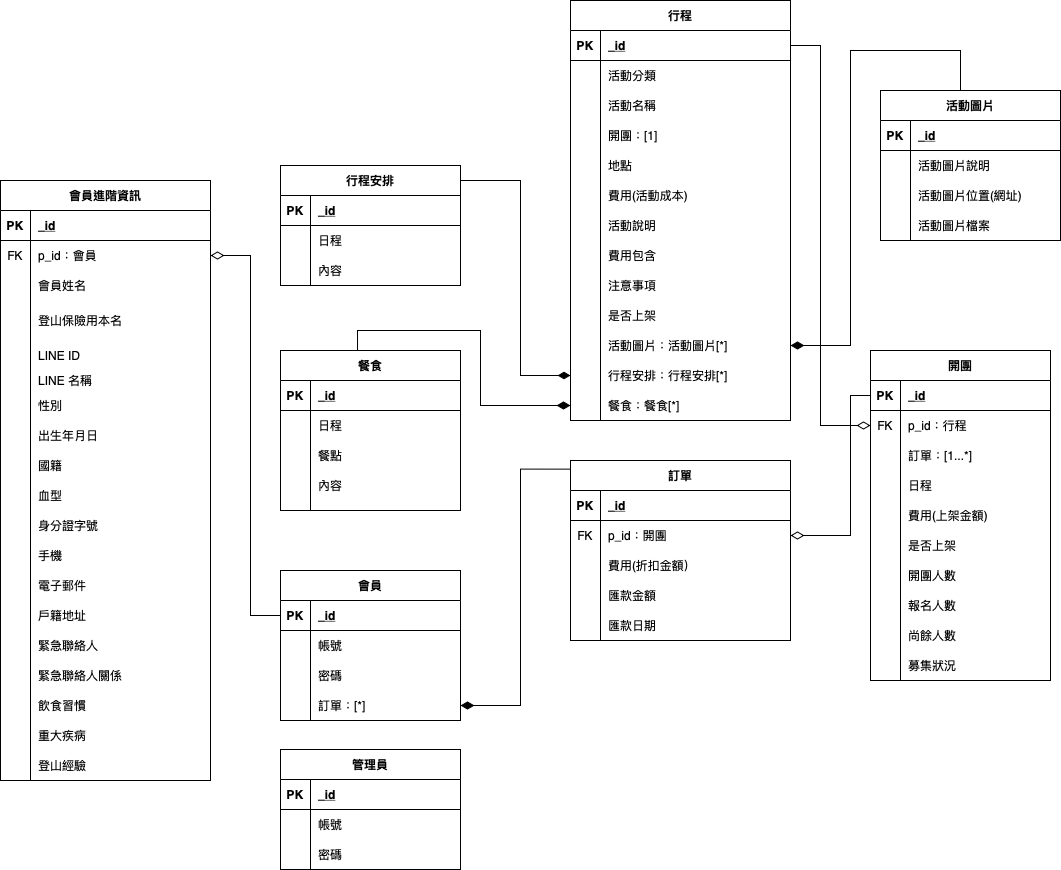
Before: Untitled Diagram.png, a diagram exported from draw.io (Yizi-Yeh/MT-Databaseplanning). Source tidied: cells renumbered, new cells last; positions are measured from the earlier drawing's top-left corner, leaving out a move shared by most shapes.
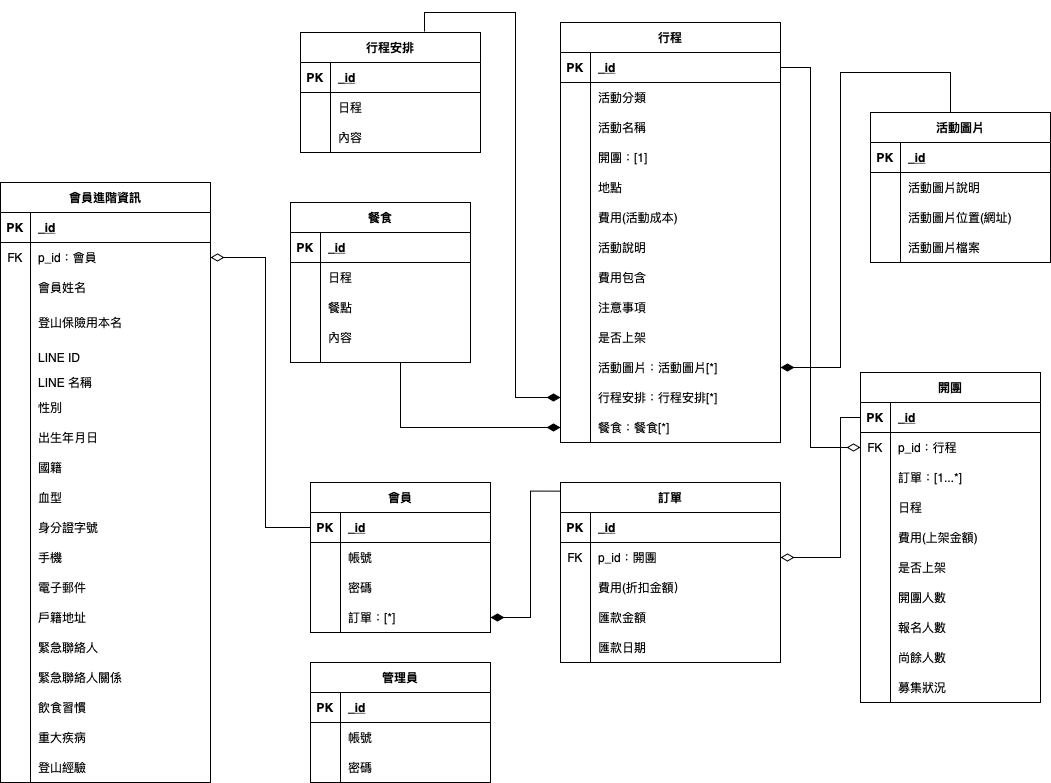
The same diagram one commit later.

What changed in the source:
```diff
@@ -216,7 +216,7 @@
       <mxGeometry x="30" width="150" height="30" as="geometry" />
     </mxCell>
     <mxCell id="73" value="行程安排" style="shape=table;startSize=30;rowLines=0;fontStyle=1;align=center;fillColor=none;" parent="1" vertex="1">
-      <mxGeometry x="280" y="165" width="180" height="120" as="geometry" />
+      <mxGeometry x="310" y="10" width="180" height="120" as="geometry" />
     </mxCell>
     <mxCell id="74" style="shape=partialRectangle;fillColor=none;top=0;left=0;bottom=1;right=0;" parent="73" vertex="1">
       <mxGeometry y="30" width="180" height="30" as="geometry" />
@@ -246,7 +246,7 @@
       <mxGeometry x="30" width="150" height="30" as="geometry" />
     </mxCell>
     <mxCell id="83" value="餐食" style="shape=table;startSize=30;rowLines=0;fontStyle=1;align=center;fillColor=none;" parent="1" vertex="1">
-      <mxGeometry x="280" y="350" width="180" height="160" as="geometry" />
+      <mxGeometry x="300" y="180" width="180" height="160" as="geometry" />
     </mxCell>
     <mxCell id="84" style="shape=partialRectangle;fillColor=none;top=0;left=0;bottom=1;right=0;" parent="83" vertex="1">
       <mxGeometry y="30" width="180" height="30" as="geometry" />
@@ -324,7 +324,7 @@
       <mxGeometry x="30" width="150" height="30" as="geometry" />
     </mxCell>
     <mxCell id="109" value="會員" style="shape=table;startSize=30;rowLines=0;fontStyle=1;align=center;fillColor=none;" parent="1" vertex="1">
-      <mxGeometry x="280" y="570" width="180" height="150" as="geometry" />
+      <mxGeometry x="320" y="460" width="180" height="150" as="geometry" />
     </mxCell>
     <mxCell id="110" style="shape=partialRectangle;fillColor=none;top=0;left=0;bottom=1;right=0;points=[[0,0.5],[1,0.5]];portConstraint=eastwest;" parent="109" vertex="1">
       <mxGeometry y="30" width="180" height="30" as="geometry" />
@@ -410,16 +410,6 @@
     <mxCell id="137" value="匯款日期" style="shape=partialRectangle;fillColor=none;top=0;left=0;bottom=0;right=0;align=left;spacingLeft=6;overflow=hidden;" parent="135" vertex="1">
       <mxGeometry x="30" width="190" height="30" as="geometry" />
     </mxCell>
-    <mxCell id="138" style="edgeStyle=orthogonalEdgeStyle;rounded=0;jettySize=auto;html=1;entryX=0;entryY=0.5;entryDx=0;entryDy=0;endArrow=diamondThin;endFill=1;endSize=10;" parent="1" edge="1" target="36">
-      <mxGeometry relative="1" as="geometry">
-        <mxPoint x="460" y="240" as="sourcePoint" />
-        <Array as="points">
-          <mxPoint x="460" y="180" />
-          <mxPoint x="520" y="180" />
-          <mxPoint x="520" y="375" />
-        </Array>
-      </mxGeometry>
-    </mxCell>
     <mxCell id="139" style="edgeStyle=orthogonalEdgeStyle;rounded=0;jettySize=auto;html=1;entryX=1;entryY=0.5;entryDx=0;entryDy=0;startArrow=diamondThin;startFill=0;startSize=11;endArrow=none;endFill=0;endSize=10;strokeWidth=1;" parent="1" edge="1" source="46" target="3">
       <mxGeometry relative="1" as="geometry">
         <Array as="points">
@@ -429,7 +419,7 @@
       </mxGeometry>
     </mxCell>
     <mxCell id="140" value="管理員" style="shape=table;startSize=30;rowLines=0;fontStyle=1;align=center;fillColor=none;" parent="1" vertex="1">
-      <mxGeometry x="280" y="749" width="180" height="120" as="geometry" />
+      <mxGeometry x="320" y="640" width="180" height="120" as="geometry" />
     </mxCell>
     <mxCell id="141" style="shape=partialRectangle;fillColor=none;top=0;left=0;bottom=1;right=0;" parent="140" vertex="1">
       <mxGeometry y="30" width="180" height="30" as="geometry" />
@@ -459,7 +449,7 @@
       <mxGeometry x="30" width="150" height="30" as="geometry" />
     </mxCell>
     <mxCell id="150" value="會員進階資訊" style="shape=table;startSize=30;rowLines=0;fontStyle=1;align=center;fillColor=none;" parent="1" vertex="1">
-      <mxGeometry y="180" width="210" height="600" as="geometry" />
+      <mxGeometry x="10" y="160" width="210" height="600" as="geometry" />
     </mxCell>
     <mxCell id="151" style="shape=partialRectangle;fillColor=none;top=0;left=0;bottom=1;right=0;" parent="150" vertex="1">
       <mxGeometry y="30" width="210" height="30" as="geometry" />
@@ -655,14 +645,16 @@
         </Array>
       </mxGeometry>
     </mxCell>
-    <mxCell id="212" style="edgeStyle=orthogonalEdgeStyle;rounded=0;jumpSize=14;jettySize=auto;html=1;entryX=0.428;entryY=0;entryDx=0;entryDy=0;entryPerimeter=0;startArrow=diamondThin;startFill=1;startSize=11;sourcePerimeterSpacing=9;endArrow=none;endFill=0;endSize=11;targetPerimeterSpacing=13;strokeWidth=1;exitX=0;exitY=0.5;exitDx=0;exitDy=0;" parent="1" edge="1" source="39" target="83">
-      <mxGeometry relative="1" as="geometry">
-        <Array as="points">
-          <mxPoint x="480" y="405" />
-          <mxPoint x="480" y="330" />
-          <mxPoint x="357" y="330" />
-        </Array>
-      </mxGeometry>
-    </mxCell>
+    <mxCell id="213" style="edgeStyle=orthogonalEdgeStyle;rounded=0;jumpSize=14;jettySize=auto;html=1;entryX=0.689;entryY=-0.008;entryDx=0;entryDy=0;entryPerimeter=0;startArrow=diamondThin;startFill=1;startSize=11;sourcePerimeterSpacing=9;endArrow=none;endFill=0;endSize=11;targetPerimeterSpacing=13;strokeWidth=1;exitX=0;exitY=0.5;exitDx=0;exitDy=0;" parent="1" edge="1" source="36" target="73">
+      <mxGeometry relative="1" as="geometry" />
+    </mxCell>
+    <mxCell id="214" style="edgeStyle=orthogonalEdgeStyle;rounded=0;jumpSize=14;jettySize=auto;html=1;exitX=0;exitY=0.5;exitDx=0;exitDy=0;startArrow=diamondThin;startFill=1;startSize=11;sourcePerimeterSpacing=9;endArrow=none;endFill=0;endSize=11;targetPerimeterSpacing=13;strokeWidth=1;" parent="1" edge="1" source="39">
+      <mxGeometry relative="1" as="geometry">
+        <mxPoint x="410" y="340" as="targetPoint" />
+        <Array as="points">
+          <mxPoint x="410" y="405" />
+        </Array>
+      </mxGeometry>
+    </mxCell>
   </root>
 </mxGraphModel>
```
